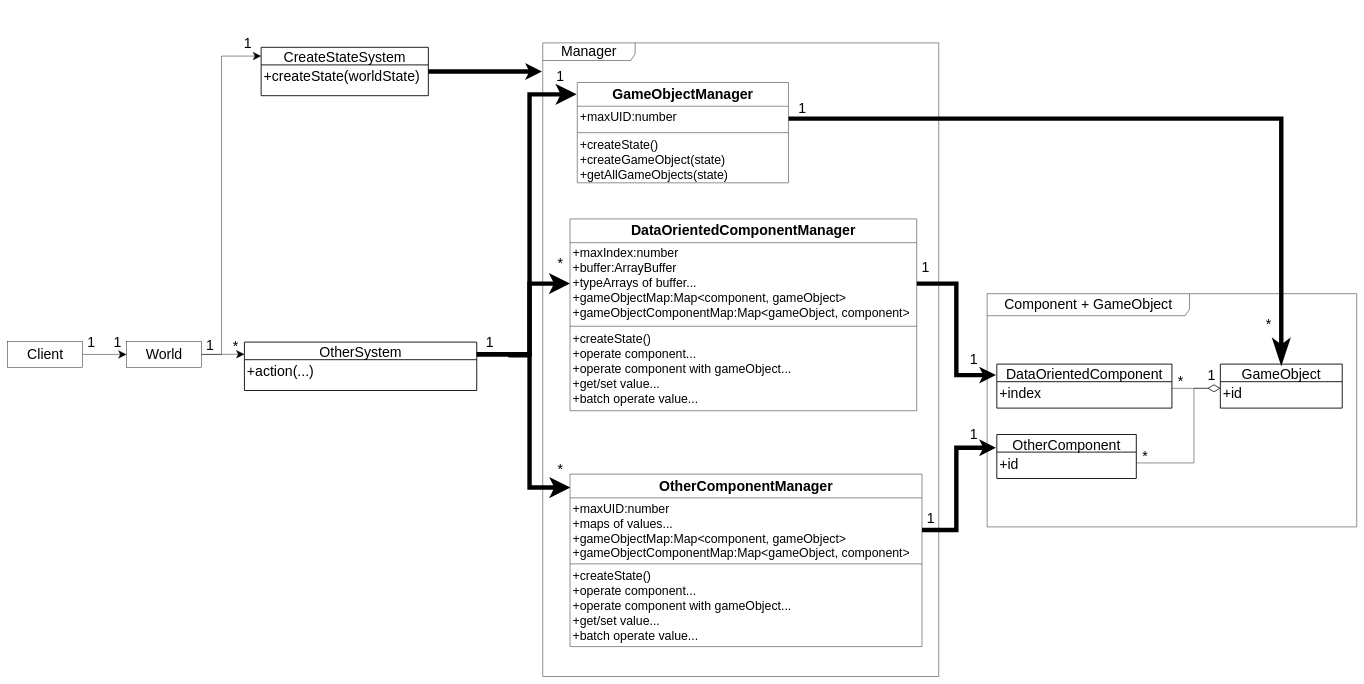
Earlier version of the draw.io diagram packages/ECS模式/role_abstract/UML.drawio (yyc-git/3DProgramPattern). Source tidied: cells renumbered, new cells numbered last; positions are measured from the earlier drawing's top-left corner, leaving out a move shared by most shapes. Both pictures are drawn from the tidied source at 44%, with x=0, y=0 at pixel (7, 38).
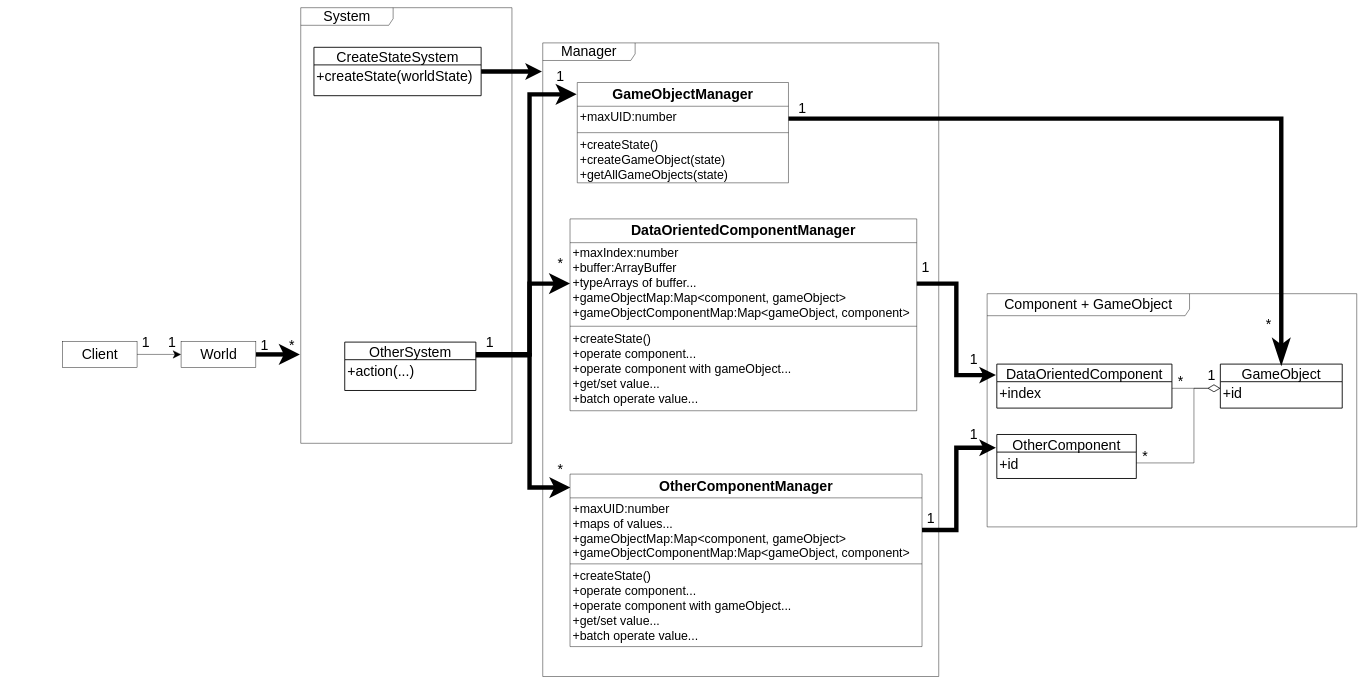
The same page after the edit.

Unchanged cells that the change refers to:
```xml
<mxCell id="28" value="OtherComponentManager" style="swimlane;fontStyle=1;align=center;verticalAlign=top;horizontal=1;startSize=54;fontSize=32;" parent="1" vertex="1">
  <mxGeometry x="1278" y="990" width="800" height="392" as="geometry" />
</mxCell>
```

The edit, as a diff of the source:
```diff
@@
+    <mxCell id="58" value="&lt;font style=&quot;font-size: 32px&quot;&gt;System&lt;/font&gt;" style="shape=umlFrame;whiteSpace=wrap;html=1;width=210;height=40;fontSize=32;" parent="1" vertex="1">
+      <mxGeometry x="666" y="-70" width="480" height="990" as="geometry" />
+    </mxCell>
@@
-    <mxCell id="19" style="edgeStyle=orthogonalEdgeStyle;rounded=0;jettySize=auto;html=1;startArrow=none;startFill=0;endArrow=classic;endFill=1;startSize=16;endSize=16;strokeWidth=1;entryX=0;entryY=0.25;entryDx=0;entryDy=0;" parent="1" edge="1" source="21" target="26">
-      <mxGeometry relative="1" as="geometry" />
+    <mxCell id="19" style="edgeStyle=orthogonalEdgeStyle;rounded=0;jettySize=auto;html=1;startArrow=none;startFill=0;endArrow=classic;endFill=1;startSize=16;endSize=16;strokeWidth=10;" parent="1" edge="1" source="21">
+      <mxGeometry relative="1" as="geometry">
+        <mxPoint x="664" y="718" as="targetPoint" />
+      </mxGeometry>
     </mxCell>
-    <mxCell id="20" style="edgeStyle=orthogonalEdgeStyle;rounded=0;jettySize=auto;html=1;strokeWidth=1;endSize=16;startSize=16;" parent="1" edge="1" source="21">
-      <mxGeometry relative="1" as="geometry">
-        <mxPoint x="576" y="40" as="targetPoint" />
-        <Array as="points">
-          <mxPoint x="486" y="718" />
-          <mxPoint x="486" y="40" />
-        </Array>
-      </mxGeometry>
-    </mxCell>
     <mxCell id="21" value="World" style="html=1;fontSize=32;" parent="1" vertex="1">
-      <mxGeometry x="270" y="688" width="170" height="60" as="geometry" />
+      <mxGeometry x="394" y="688" width="170" height="60" as="geometry" />
     </mxCell>
@@
     <mxCell id="23" value="Client" style="html=1;fontSize=32;" parent="1" vertex="1">
-      <mxGeometry y="688" width="170" height="60" as="geometry" />
+      <mxGeometry x="124" y="688" width="170" height="60" as="geometry" />
     </mxCell>
@@
-    <mxCell id="25" style="edgeStyle=orthogonalEdgeStyle;rounded=0;jettySize=auto;html=1;entryX=0.001;entryY=0.078;entryDx=0;entryDy=0;entryPerimeter=0;endSize=16;strokeWidth=10;" parent="1" edge="1" target="28">
+    <mxCell id="25" style="edgeStyle=orthogonalEdgeStyle;rounded=0;jettySize=auto;html=1;entryX=0.001;entryY=0.078;entryDx=0;entryDy=0;entryPerimeter=0;endSize=16;strokeWidth=10;exitX=1;exitY=0.25;exitDx=0;exitDy=0;" parent="1" edge="1" source="26" target="28">
       <mxGeometry relative="1" as="geometry">
-        <mxPoint x="1138" y="720" as="sourcePoint" />
         <Array as="points">
+          <mxPoint x="1066" y="720" />
           <mxPoint x="1186" y="720" />
           <mxPoint x="1186" y="1021" />
         </Array>
       </mxGeometry>
     </mxCell>
     <mxCell id="26" value="OtherSystem" style="swimlane;horizontal=1;startSize=40;rounded=0;fontSize=32;fontStyle=0;strokeWidth=2;shadow=0;dashed=0;align=center;" parent="1" vertex="1">
-      <mxGeometry x="538" y="690" width="528" height="110" as="geometry" />
+      <mxGeometry x="766" y="690" width="298" height="110" as="geometry" />
     </mxCell>
     <mxCell id="27" value="+action(...)" style="align=left;strokeColor=none;fillColor=none;spacingLeft=4;fontSize=32;verticalAlign=top;" parent="26" vertex="1">
-      <mxGeometry y="40" width="528" height="70" as="geometry" />
+      <mxGeometry y="40" width="298" height="70" as="geometry" />
     </mxCell>
@@
     <mxCell id="45" value="&lt;font style=&quot;font-size: 32px&quot;&gt;1&lt;/font&gt;" style="text;html=1;strokeColor=none;fillColor=none;align=center;verticalAlign=middle;whiteSpace=wrap;rounded=0;" parent="1" vertex="1">
-      <mxGeometry x="440" y="688" width="40" height="20" as="geometry" />
+      <mxGeometry x="564" y="688" width="40" height="20" as="geometry" />
     </mxCell>
     <mxCell id="46" value="&lt;font style=&quot;font-size: 32px&quot;&gt;*&lt;/font&gt;" style="text;html=1;strokeColor=none;fillColor=none;align=center;verticalAlign=middle;whiteSpace=wrap;rounded=0;" parent="1" vertex="1">
-      <mxGeometry x="498" y="690" width="40" height="20" as="geometry" />
+      <mxGeometry x="626" y="688" width="40" height="20" as="geometry" />
     </mxCell>
     <mxCell id="47" value="&lt;font style=&quot;font-size: 32px&quot;&gt;1&lt;/font&gt;" style="text;html=1;strokeColor=none;fillColor=none;align=center;verticalAlign=middle;whiteSpace=wrap;rounded=0;" parent="1" vertex="1">
-      <mxGeometry x="170" y="680" width="40" height="20" as="geometry" />
+      <mxGeometry x="294" y="680" width="40" height="20" as="geometry" />
     </mxCell>
     <mxCell id="48" value="&lt;font style=&quot;font-size: 32px&quot;&gt;1&lt;/font&gt;" style="text;html=1;strokeColor=none;fillColor=none;align=center;verticalAlign=middle;whiteSpace=wrap;rounded=0;" parent="1" vertex="1">
-      <mxGeometry x="230" y="680" width="40" height="20" as="geometry" />
+      <mxGeometry x="354" y="680" width="40" height="20" as="geometry" />
     </mxCell>
@@
     <mxCell id="55" value="CreateStateSystem" style="swimlane;horizontal=1;startSize=40;rounded=0;fontSize=32;fontStyle=0;strokeWidth=2;shadow=0;dashed=0;align=center;" parent="1" vertex="1">
-      <mxGeometry x="576" y="20" width="380" height="110" as="geometry" />
+      <mxGeometry x="696" y="20" width="380" height="110" as="geometry" />
     </mxCell>
@@
-    <mxCell id="57" value="&lt;font style=&quot;font-size: 32px&quot;&gt;1&lt;/font&gt;" style="text;html=1;strokeColor=none;fillColor=none;align=center;verticalAlign=middle;whiteSpace=wrap;rounded=0;" parent="1" vertex="1">
-      <mxGeometry x="526" width="40" height="20" as="geometry" />
-    </mxCell>
```
